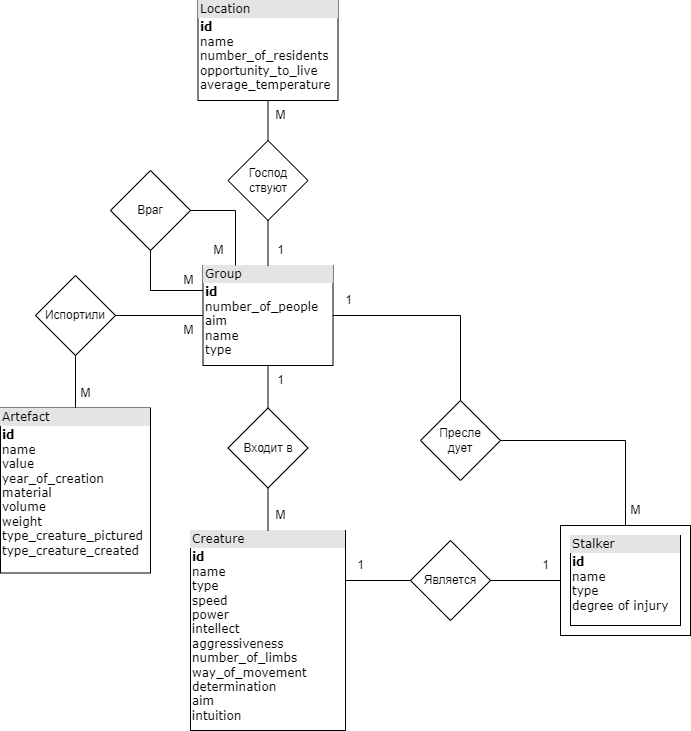
stanislav-shchetinin/DB.lab1.itmo keeps this draw.io diagram as info.png. Above is the earlier version. Source tidied: cells renumbered, new cells last; positions are measured from the earlier drawing's top-left corner, leaving out a move shared by most shapes.
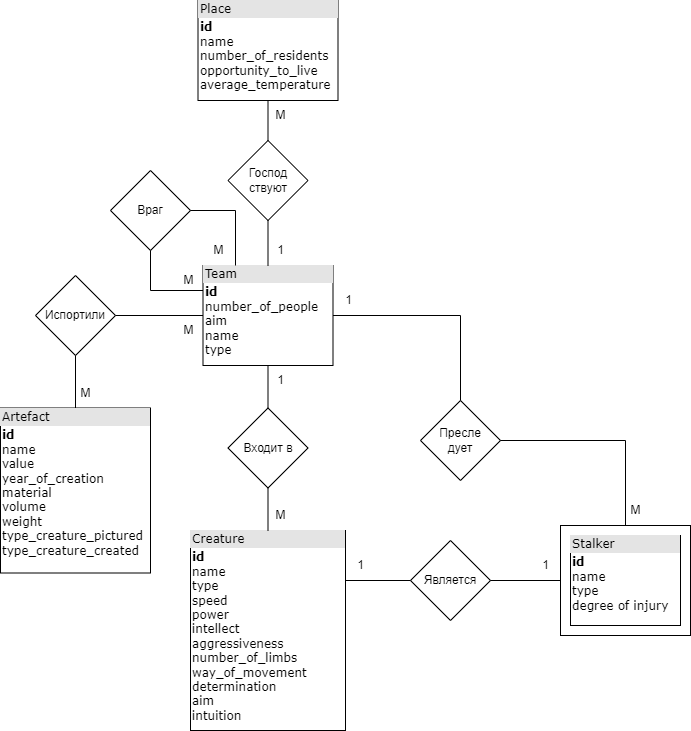
Above is the later version.

The edit, as a diff of the source:
```diff
@@ -2,7 +2,7 @@
   <root>
     <mxCell id="0" />
     <mxCell id="1" parent="0" />
-    <mxCell id="2" value="&lt;div style=&quot;box-sizing: border-box ; width: 100% ; background: #e4e4e4 ; padding: 2px&quot;&gt;Group&lt;/div&gt;&lt;table style=&quot;width: 100% ; font-size: 1em&quot; cellpadding=&quot;2&quot; cellspacing=&quot;0&quot;&gt;&lt;tbody&gt;&lt;tr&gt;&lt;td&gt;&lt;b&gt;id&lt;/b&gt;&lt;br&gt;number_of_people&lt;br&gt;aim&lt;br&gt;name&lt;br&gt;type&lt;br&gt;&lt;br&gt;&lt;br&gt;&lt;br&gt;&lt;/td&gt;&lt;td&gt;&lt;br&gt;&lt;/td&gt;&lt;/tr&gt;&lt;tr&gt;&lt;td&gt;&lt;/td&gt;&lt;td&gt;&lt;br&gt;&lt;/td&gt;&lt;/tr&gt;&lt;/tbody&gt;&lt;/table&gt;" style="verticalAlign=top;align=left;overflow=fill;html=1;rounded=0;shadow=0;comic=0;labelBackgroundColor=none;strokeWidth=1;fontFamily=Verdana;fontSize=12;" parent="1" vertex="1">
+    <mxCell id="2" value="&lt;div style=&quot;box-sizing: border-box ; width: 100% ; background: #e4e4e4 ; padding: 2px&quot;&gt;Team&lt;/div&gt;&lt;table style=&quot;width: 100% ; font-size: 1em&quot; cellpadding=&quot;2&quot; cellspacing=&quot;0&quot;&gt;&lt;tbody&gt;&lt;tr&gt;&lt;td&gt;&lt;b&gt;id&lt;/b&gt;&lt;br&gt;number_of_people&lt;br&gt;aim&lt;br&gt;name&lt;br&gt;type&lt;br&gt;&lt;br&gt;&lt;br&gt;&lt;br&gt;&lt;/td&gt;&lt;td&gt;&lt;br&gt;&lt;/td&gt;&lt;/tr&gt;&lt;tr&gt;&lt;td&gt;&lt;/td&gt;&lt;td&gt;&lt;br&gt;&lt;/td&gt;&lt;/tr&gt;&lt;/tbody&gt;&lt;/table&gt;" style="verticalAlign=top;align=left;overflow=fill;html=1;rounded=0;shadow=0;comic=0;labelBackgroundColor=none;strokeWidth=1;fontFamily=Verdana;fontSize=12;" parent="1" vertex="1">
       <mxGeometry x="202.5" y="265" width="130" height="100" as="geometry" />
     </mxCell>
     <mxCell id="3" value="&lt;div style=&quot;box-sizing: border-box ; width: 100% ; background: #e4e4e4 ; padding: 2px&quot;&gt;Creature&lt;/div&gt;&lt;table style=&quot;width: 100% ; font-size: 1em&quot; cellpadding=&quot;2&quot; cellspacing=&quot;0&quot;&gt;&lt;tbody&gt;&lt;tr&gt;&lt;td&gt;&lt;b&gt;id&lt;/b&gt;&lt;br&gt;name&lt;br style=&quot;border-color: var(--border-color);&quot;&gt;type&lt;br style=&quot;border-color: var(--border-color);&quot;&gt;speed&lt;br&gt;power&lt;br&gt;intellect&lt;br&gt;aggressiveness&lt;br&gt;number_of_limbs&lt;br&gt;way_of_movement&lt;br&gt;determination&lt;br&gt;aim&lt;br&gt;intuition&lt;br&gt;&lt;br&gt;&lt;br&gt;&lt;br&gt;&lt;/td&gt;&lt;td&gt;&lt;br&gt;&lt;/td&gt;&lt;/tr&gt;&lt;tr&gt;&lt;td&gt;&lt;/td&gt;&lt;td&gt;&lt;br&gt;&lt;/td&gt;&lt;/tr&gt;&lt;/tbody&gt;&lt;/table&gt;" style="verticalAlign=top;align=left;overflow=fill;html=1;rounded=0;shadow=0;comic=0;labelBackgroundColor=none;strokeWidth=1;fontFamily=Verdana;fontSize=12;" parent="1" vertex="1">
@@ -11,7 +11,7 @@
     <mxCell id="4" value="&lt;div style=&quot;box-sizing: border-box ; width: 100% ; background: #e4e4e4 ; padding: 2px&quot;&gt;Artefact&lt;/div&gt;&lt;table style=&quot;width: 100% ; font-size: 1em&quot; cellpadding=&quot;2&quot; cellspacing=&quot;0&quot;&gt;&lt;tbody&gt;&lt;tr&gt;&lt;td&gt;&lt;b&gt;id&lt;/b&gt;&lt;br&gt;name&lt;br&gt;value&lt;br&gt;year_of_creation&lt;br&gt;material&lt;br&gt;volume&lt;br&gt;weight&lt;br&gt;type_creature_pictured&lt;br&gt;type_creature_created&lt;br&gt;&lt;br&gt;&lt;br&gt;&lt;br&gt;&lt;br&gt;&lt;/td&gt;&lt;td&gt;&lt;br&gt;&lt;/td&gt;&lt;/tr&gt;&lt;tr&gt;&lt;td&gt;&lt;/td&gt;&lt;td&gt;&lt;br&gt;&lt;/td&gt;&lt;/tr&gt;&lt;/tbody&gt;&lt;/table&gt;" style="verticalAlign=top;align=left;overflow=fill;html=1;rounded=0;shadow=0;comic=0;labelBackgroundColor=none;strokeWidth=1;fontFamily=Verdana;fontSize=12;" parent="1" vertex="1">
       <mxGeometry y="407.5" width="150" height="165" as="geometry" />
     </mxCell>
-    <mxCell id="5" value="&lt;div style=&quot;box-sizing: border-box ; width: 100% ; background: #e4e4e4 ; padding: 2px&quot;&gt;Location&lt;/div&gt;&lt;table style=&quot;width: 100% ; font-size: 1em&quot; cellpadding=&quot;2&quot; cellspacing=&quot;0&quot;&gt;&lt;tbody&gt;&lt;tr&gt;&lt;td&gt;&lt;b&gt;id&lt;/b&gt;&lt;br&gt;name&lt;br&gt;number_of_residents&lt;br&gt;opportunity_to_live&lt;br&gt;average_temperature&lt;br&gt;&lt;br&gt;&lt;br&gt;&lt;/td&gt;&lt;td&gt;&lt;br&gt;&lt;/td&gt;&lt;/tr&gt;&lt;tr&gt;&lt;td&gt;&lt;/td&gt;&lt;td&gt;&lt;br&gt;&lt;/td&gt;&lt;/tr&gt;&lt;/tbody&gt;&lt;/table&gt;" style="verticalAlign=top;align=left;overflow=fill;html=1;rounded=0;shadow=0;comic=0;labelBackgroundColor=none;strokeWidth=1;fontFamily=Verdana;fontSize=12;" parent="1" vertex="1">
+    <mxCell id="5" value="&lt;div style=&quot;box-sizing: border-box ; width: 100% ; background: #e4e4e4 ; padding: 2px&quot;&gt;Place&lt;/div&gt;&lt;table style=&quot;width: 100% ; font-size: 1em&quot; cellpadding=&quot;2&quot; cellspacing=&quot;0&quot;&gt;&lt;tbody&gt;&lt;tr&gt;&lt;td&gt;&lt;b&gt;id&lt;/b&gt;&lt;br&gt;name&lt;br&gt;number_of_residents&lt;br&gt;opportunity_to_live&lt;br&gt;average_temperature&lt;br&gt;&lt;br&gt;&lt;br&gt;&lt;/td&gt;&lt;td&gt;&lt;br&gt;&lt;/td&gt;&lt;/tr&gt;&lt;tr&gt;&lt;td&gt;&lt;/td&gt;&lt;td&gt;&lt;br&gt;&lt;/td&gt;&lt;/tr&gt;&lt;/tbody&gt;&lt;/table&gt;" style="verticalAlign=top;align=left;overflow=fill;html=1;rounded=0;shadow=0;comic=0;labelBackgroundColor=none;strokeWidth=1;fontFamily=Verdana;fontSize=12;" parent="1" vertex="1">
       <mxGeometry x="197.5" width="140" height="100" as="geometry" />
     </mxCell>
     <mxCell id="6" style="group;" parent="1" vertex="1">
```
